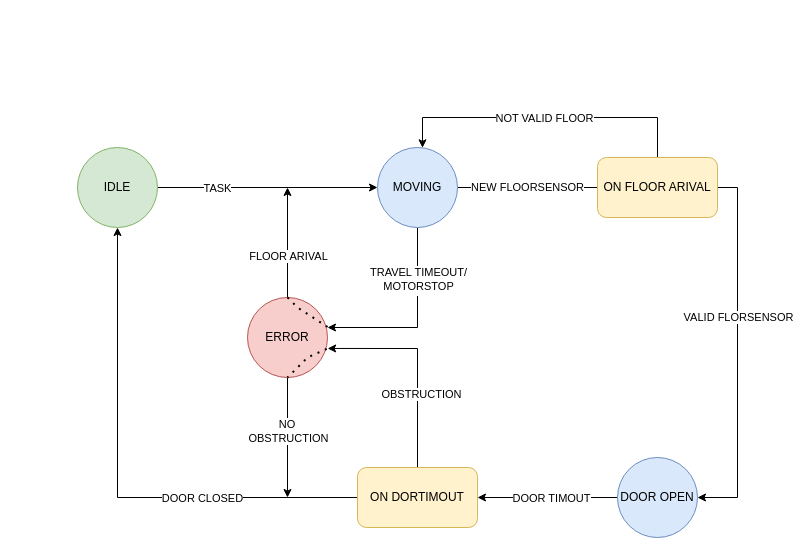
Above: page "FSM" (9 of 12) of elevator_pro_rebrand/Flowcharts/elevatorpro.drawio in Adriaeik/TTK4145-Prosjekt-AIS (draw.io), before the change. Source tidied: cells renumbered, new cells numbered last; positions are measured from the earlier drawing's top-left corner, leaving out a move shared by most shapes. Both pictures are drawn from the tidied source at 100%, with x=0, y=0 at pixel (77, 117).
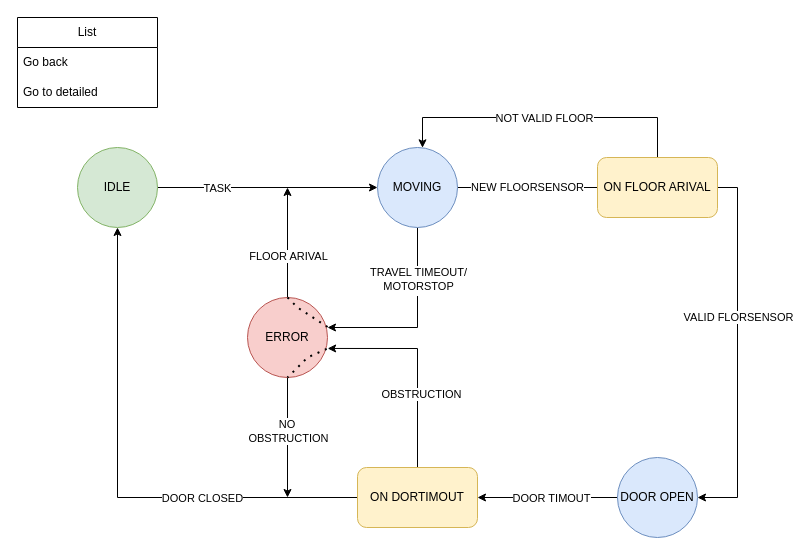
Above is the later version.

What changed in the source:
```diff
@@
+    <mxCell id="30" value="List" style="swimlane;fontStyle=0;horizontal=1;startSize=30;whiteSpace=wrap;html=1;" parent="1" vertex="1">
+      <mxGeometry x="-60" y="-100" width="140" height="90" as="geometry" />
+    </mxCell>
+    <mxCell id="31" value="Go back" style="text;strokeColor=none;fillColor=none;align=left;verticalAlign=middle;spacingLeft=4;spacingRight=4;overflow=hidden;whiteSpace=wrap;html=1;" parent="30" vertex="1">
+      <mxGeometry y="30" width="140" height="30" as="geometry" />
+    </mxCell>
+    <mxCell id="32" value="Go to detailed" style="text;strokeColor=none;fillColor=none;align=left;verticalAlign=middle;spacingLeft=4;spacingRight=4;overflow=hidden;whiteSpace=wrap;html=1;" parent="30" vertex="1">
+      <mxGeometry y="60" width="140" height="30" as="geometry" />
+    </mxCell>
```
